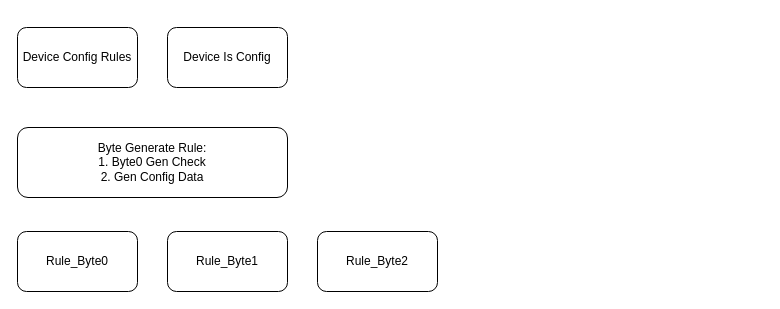
woshitanwang/pics_procdure keeps this draw.io diagram as gen_config_data.drawio. Above is the earlier version. Source tidied: cells renumbered, new cells numbered last; positions are measured from the earlier drawing's top-left corner, leaving out a move shared by most shapes. Both pictures are drawn from the tidied source at 100%, with x=0, y=0 at pixel (17, 27).
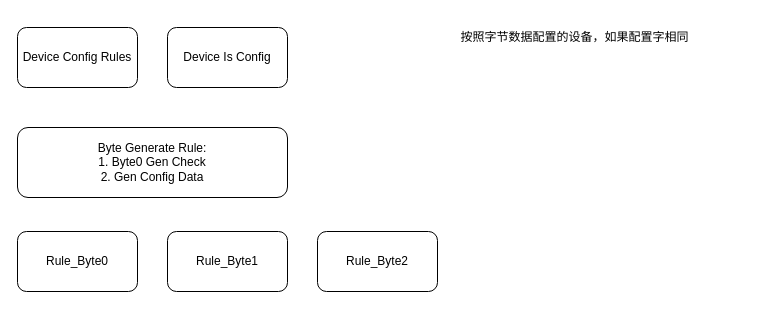
The same page after the edit.

Diff of the diagram source:
```diff
@@
 <mxGraphModel>
   <root>
     <mxCell id="0" />
     <mxCell id="1" parent="0" />
     <mxCell id="2" value="Device Config Rules" style="rounded=1;whiteSpace=wrap;html=1;" parent="1" vertex="1">
       <mxGeometry width="120" height="60" as="geometry" />
     </mxCell>
     <mxCell id="3" value="Rule_Byte0" style="rounded=1;whiteSpace=wrap;html=1;" parent="1" vertex="1">
       <mxGeometry y="204" width="120" height="60" as="geometry" />
     </mxCell>
     <mxCell id="4" value="Rule_Byte1" style="rounded=1;whiteSpace=wrap;html=1;" parent="1" vertex="1">
       <mxGeometry x="150" y="204" width="120" height="60" as="geometry" />
     </mxCell>
     <mxCell id="5" value="Rule_Byte2" style="rounded=1;whiteSpace=wrap;html=1;" parent="1" vertex="1">
       <mxGeometry x="300" y="204" width="120" height="60" as="geometry" />
     </mxCell>
     <mxCell id="6" value="Device Is Config" style="rounded=1;whiteSpace=wrap;html=1;" parent="1" vertex="1">
       <mxGeometry x="150" width="120" height="60" as="geometry" />
     </mxCell>
     <mxCell id="7" value="Byte Generate Rule:&lt;br&gt;1. Byte0 Gen Check&lt;br&gt;2. Gen Config Data" style="rounded=1;whiteSpace=wrap;html=1;" parent="1" vertex="1">
       <mxGeometry y="100" width="270" height="70" as="geometry" />
     </mxCell>
+    <mxCell id="8" value="按照字节数据配置的设备，如果配置字相同" style="text;html=1;strokeColor=none;fillColor=none;align=center;verticalAlign=middle;whiteSpace=wrap;rounded=0;" parent="1" vertex="1">
+      <mxGeometry x="370" y="-10" width="375" height="40" as="geometry" />
+    </mxCell>
   </root>
 </mxGraphModel>
```
